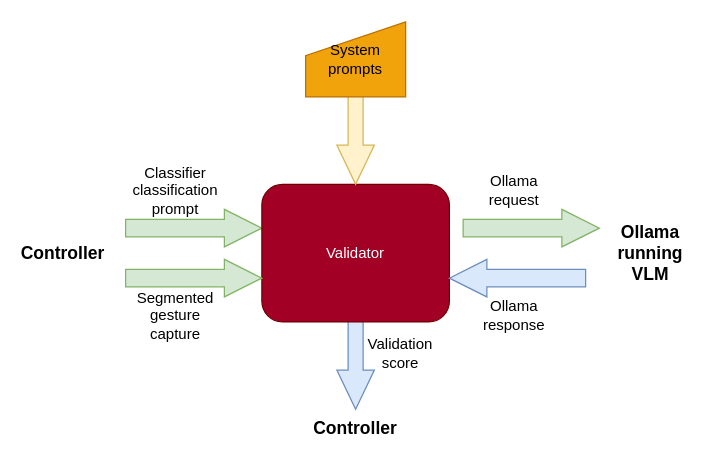
Before: validator.drawio in GreatSharky/CoHSCI, a draw.io diagram. Source tidied: cells renumbered, new cells numbered last; positions are measured from the earlier drawing's top-left corner, leaving out a move shared by most shapes. Both pictures are drawn from the tidied source at 125%, with x=0, y=0 at pixel (25, 21).
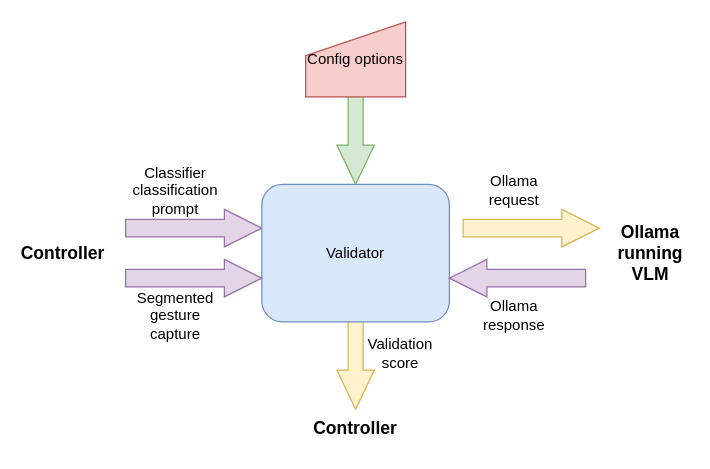
The same diagram, later.

Change to the diagram source:
```diff
@@
 <mxGraphModel>
   <root>
     <mxCell id="0" />
     <mxCell id="1" parent="0" />
-    <mxCell id="2" style="shape=singleArrow;whiteSpace=wrap;html=1;arrowWidth=0.4;arrowSize=0.35;rotation=90;fillColor=#dae8fc;strokeColor=#6c8ebf;" parent="1" vertex="1">
+    <mxCell id="2" style="shape=singleArrow;whiteSpace=wrap;html=1;arrowWidth=0.4;arrowSize=0.35;rotation=90;fillColor=#fff2cc;strokeColor=#d6b656;" parent="1" vertex="1">
       <mxGeometry x="219" y="250" width="90" height="30" as="geometry" />
     </mxCell>
-    <mxCell id="3" style="shape=singleArrow;whiteSpace=wrap;html=1;arrowWidth=0.4666666666666667;arrowSize=0.27522935779816515;fillColor=#d5e8d4;strokeColor=#82b366;" parent="1" vertex="1">
+    <mxCell id="3" style="shape=singleArrow;whiteSpace=wrap;html=1;arrowWidth=0.4666666666666667;arrowSize=0.27522935779816515;fillColor=#e1d5e7;strokeColor=#9673a6;" parent="1" vertex="1">
       <mxGeometry x="80" y="150" width="109" height="30" as="geometry" />
     </mxCell>
-    <mxCell id="4" value="Validator" style="rounded=1;whiteSpace=wrap;html=1;fillColor=#a20025;fontColor=#ffffff;strokeColor=#6F0000;" parent="1" vertex="1">
+    <mxCell id="4" value="Validator" style="rounded=1;whiteSpace=wrap;html=1;fillColor=#dae8fc;strokeColor=#6c8ebf;" parent="1" vertex="1">
       <mxGeometry x="189" y="130" width="150" height="110" as="geometry" />
     </mxCell>
     <mxCell id="5" value="Classifier classification prompt" style="text;html=1;whiteSpace=wrap;strokeColor=none;fillColor=none;align=center;verticalAlign=middle;rounded=0;" parent="1" vertex="1">
       <mxGeometry x="90" y="120" width="60" height="30" as="geometry" />
     </mxCell>
     <mxCell id="6" value="Controller" style="text;html=1;whiteSpace=wrap;strokeColor=none;fillColor=none;align=center;verticalAlign=middle;rounded=0;fontSize=14;fontStyle=1;" parent="1" vertex="1">
       <mxGeometry y="170" width="60" height="30" as="geometry" />
     </mxCell>
     <mxCell id="7" value="Segmented gesture&lt;div&gt;capture&lt;/div&gt;" style="text;html=1;whiteSpace=wrap;strokeColor=none;fillColor=none;align=center;verticalAlign=middle;rounded=0;" parent="1" vertex="1">
       <mxGeometry x="90" y="220" width="60" height="30" as="geometry" />
     </mxCell>
-    <mxCell id="8" style="shape=singleArrow;whiteSpace=wrap;html=1;arrowWidth=0.4;arrowSize=0.35;rotation=90;fillColor=#fff2cc;strokeColor=#d6b656;" parent="1" vertex="1">
+    <mxCell id="8" style="shape=singleArrow;whiteSpace=wrap;html=1;arrowWidth=0.4;arrowSize=0.35;rotation=90;fillColor=#d5e8d4;strokeColor=#82b366;" parent="1" vertex="1">
       <mxGeometry x="219" y="70" width="90" height="30" as="geometry" />
     </mxCell>
     <mxCell id="9" value="Ollama request" style="text;html=1;whiteSpace=wrap;strokeColor=none;fillColor=none;align=center;verticalAlign=middle;rounded=0;" parent="1" vertex="1">
       <mxGeometry x="361" y="120" width="60" height="30" as="geometry" />
     </mxCell>
-    <mxCell id="10" value="System prompts" style="shape=manualInput;whiteSpace=wrap;html=1;size=27;fillColor=#f0a30a;fontColor=#000000;strokeColor=#BD7000;" parent="1" vertex="1">
+    <mxCell id="10" value="Config options" style="shape=manualInput;whiteSpace=wrap;html=1;size=27;fillColor=#f8cecc;strokeColor=#b85450;" parent="1" vertex="1">
       <mxGeometry x="224" width="80" height="60" as="geometry" />
     </mxCell>
-    <mxCell id="11" style="shape=singleArrow;whiteSpace=wrap;html=1;arrowWidth=0.4666666666666667;arrowSize=0.27522935779816515;fillColor=#d5e8d4;strokeColor=#82b366;" parent="1" vertex="1">
+    <mxCell id="11" style="shape=singleArrow;whiteSpace=wrap;html=1;arrowWidth=0.4666666666666667;arrowSize=0.27522935779816515;fillColor=#e1d5e7;strokeColor=#9673a6;" parent="1" vertex="1">
       <mxGeometry x="80" y="190" width="109" height="30" as="geometry" />
     </mxCell>
-    <mxCell id="12" style="shape=singleArrow;whiteSpace=wrap;html=1;arrowWidth=0.4666666666666667;arrowSize=0.27522935779816515;fillColor=#d5e8d4;strokeColor=#82b366;" parent="1" vertex="1">
+    <mxCell id="12" style="shape=singleArrow;whiteSpace=wrap;html=1;arrowWidth=0.4666666666666667;arrowSize=0.27522935779816515;fillColor=#fff2cc;strokeColor=#d6b656;" parent="1" vertex="1">
       <mxGeometry x="350" y="150" width="109" height="30" as="geometry" />
     </mxCell>
-    <mxCell id="13" style="shape=singleArrow;whiteSpace=wrap;html=1;arrowWidth=0.4666666666666667;arrowSize=0.27522935779816515;fillColor=#dae8fc;strokeColor=#6c8ebf;rotation=-180;" parent="1" vertex="1">
+    <mxCell id="13" style="shape=singleArrow;whiteSpace=wrap;html=1;arrowWidth=0.4666666666666667;arrowSize=0.27522935779816515;fillColor=#e1d5e7;strokeColor=#9673a6;rotation=-180;" parent="1" vertex="1">
       <mxGeometry x="339" y="190" width="109" height="30" as="geometry" />
     </mxCell>
     <mxCell id="14" value="Validation score" style="text;html=1;whiteSpace=wrap;strokeColor=none;fillColor=none;align=center;verticalAlign=middle;rounded=0;" parent="1" vertex="1">
       <mxGeometry x="270" y="250" width="60" height="30" as="geometry" />
     </mxCell>
     <mxCell id="15" value="Controller" style="text;html=1;whiteSpace=wrap;strokeColor=none;fillColor=none;align=center;verticalAlign=middle;rounded=0;fontSize=14;fontStyle=1;" parent="1" vertex="1">
       <mxGeometry x="234" y="310" width="60" height="30" as="geometry" />
     </mxCell>
     <mxCell id="16" value="Ollama running VLM" style="text;html=1;whiteSpace=wrap;strokeColor=none;fillColor=none;align=center;verticalAlign=middle;rounded=0;fontSize=14;fontStyle=1;" parent="1" vertex="1">
       <mxGeometry x="470" y="170" width="60" height="30" as="geometry" />
     </mxCell>
     <mxCell id="17" value="Ollama response" style="text;html=1;whiteSpace=wrap;strokeColor=none;fillColor=none;align=center;verticalAlign=middle;rounded=0;" parent="1" vertex="1">
       <mxGeometry x="361" y="220" width="60" height="30" as="geometry" />
     </mxCell>
   </root>
 </mxGraphModel>
```
